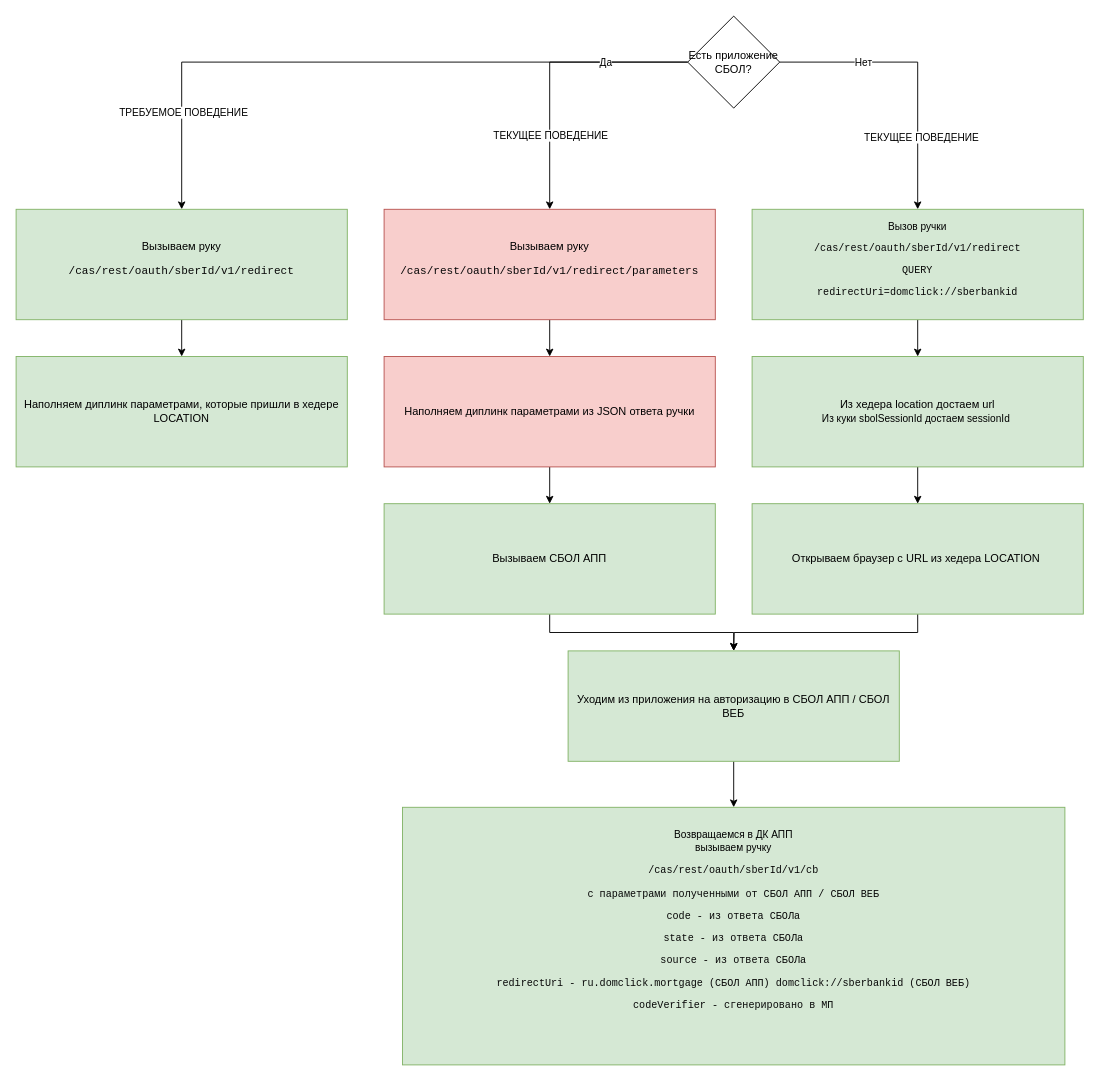
Before: dc_auth_sbol_flows.drawio in Lomovskiy/drawio, a draw.io diagram. Source tidied: cells renumbered, new cells numbered last; positions are measured from the earlier drawing's top-left corner, leaving out a move shared by most shapes. Both pictures are drawn from the tidied source at 92%, with x=0, y=0 at pixel (16, 16).
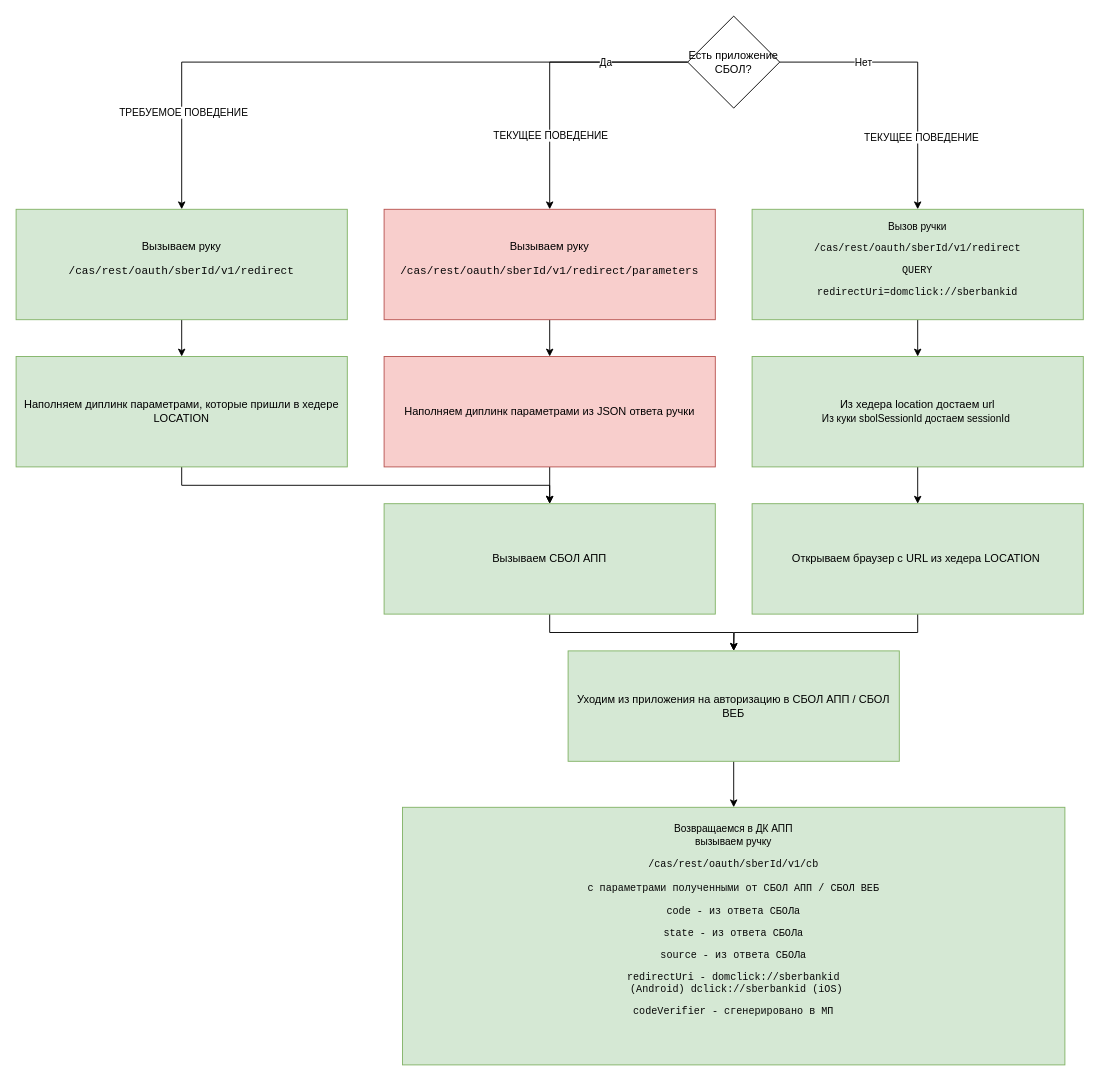
The same diagram, later.

Unchanged cells that the change refers to:
```xml
<mxCell id="22" value="Вызываем СБОЛ АПП" style="rounded=0;whiteSpace=wrap;html=1;fillColor=#d5e8d4;strokeColor=#82b366;" parent="1" vertex="1">
  <mxGeometry x="400" y="530" width="360" height="120" as="geometry" />
</mxCell>
<mxCell id="25" value="Наполняем диплинк параметрами, которые пришли в хедере LOCATION" style="rounded=0;whiteSpace=wrap;html=1;fillColor=#d5e8d4;strokeColor=#82b366;" parent="1" vertex="1">
  <mxGeometry y="370" width="360" height="120" as="geometry" />
</mxCell>
```

Diff of the diagram source:
```diff
@@
+    <mxCell id="29" style="edgeStyle=orthogonalEdgeStyle;rounded=0;jettySize=auto;html=1;exitX=0.5;exitY=1;exitDx=0;exitDy=0;entryX=0.5;entryY=0;entryDx=0;entryDy=0;" parent="1" edge="1" source="25" target="22">
+      <mxGeometry relative="1" as="geometry" />
+    </mxCell>
@@
-    <mxCell id="28" value="&lt;font style=&quot;font-size: 11px;&quot;&gt;Возвращаемся в ДК АПП&lt;br&gt;вызываем ручку&lt;br&gt;&lt;/font&gt;&lt;div style=&quot;color: rgb(8, 8, 8); font-family: Menlo, monospace; font-size: 11px;&quot;&gt;&lt;pre style=&quot;&quot;&gt;&lt;font style=&quot;font-size: 11px;&quot;&gt;/cas/rest/oauth/sberId/v1/cb&lt;br&gt;&lt;br&gt;с параметрами полученными от СБОЛ АПП / СБОЛ ВЕБ&lt;/font&gt;&lt;/pre&gt;&lt;pre style=&quot;&quot;&gt;&lt;font style=&quot;font-size: 11px;&quot;&gt;&lt;div style=&quot;font-family: Menlo, monospace;&quot;&gt;&lt;pre style=&quot;&quot;&gt;&lt;font style=&quot;font-size: 11px;&quot;&gt;code - из ответа СБОЛа&lt;/font&gt;&lt;/pre&gt;&lt;pre style=&quot;&quot;&gt;&lt;font style=&quot;font-size: 11px;&quot;&gt;state - из ответа СБОЛа&lt;/font&gt;&lt;/pre&gt;&lt;pre style=&quot;&quot;&gt;&lt;font style=&quot;font-size: 11px;&quot;&gt;source - из ответа СБОЛа&lt;/font&gt;&lt;/pre&gt;&lt;pre style=&quot;&quot;&gt;&lt;font style=&quot;font-size: 11px;&quot;&gt;redirectUri - ru.domclick.mortgage (СБОЛ АПП) domclick://sberbankid (СБОЛ ВЕБ)&lt;/font&gt;&lt;/pre&gt;&lt;pre style=&quot;&quot;&gt;&lt;div style=&quot;font-family: Menlo, monospace;&quot;&gt;&lt;pre&gt;&lt;font style=&quot;font-size: 11px;&quot;&gt;codeVerifier - сгенерировано в МП&lt;/font&gt;&lt;/pre&gt;&lt;/div&gt;&lt;/pre&gt;&lt;pre style=&quot;&quot;&gt;&lt;div style=&quot;font-family: Menlo, monospace;&quot;&gt;&lt;pre style=&quot;&quot;&gt;&lt;div style=&quot;font-family: Menlo, monospace;&quot;&gt;&lt;pre style=&quot;&quot;&gt;&lt;div style=&quot;font-family: Menlo, monospace;&quot;&gt;&lt;pre&gt;&lt;br&gt;&lt;/pre&gt;&lt;/div&gt;&lt;/pre&gt;&lt;/div&gt;&lt;/pre&gt;&lt;/div&gt;&lt;/pre&gt;&lt;/div&gt;&lt;/font&gt;&lt;/pre&gt;&lt;/div&gt;" style="rounded=0;whiteSpace=wrap;html=1;fillColor=#d5e8d4;strokeColor=#82b366;labelBackgroundColor=none;" parent="1" vertex="1">
+    <mxCell id="28" value="&lt;font style=&quot;font-size: 11px;&quot;&gt;Возвращаемся в ДК АПП&lt;br&gt;вызываем ручку&lt;br&gt;&lt;/font&gt;&lt;div style=&quot;color: rgb(8, 8, 8); font-family: Menlo, monospace; font-size: 11px;&quot;&gt;&lt;pre style=&quot;&quot;&gt;&lt;font style=&quot;font-size: 11px;&quot;&gt;/cas/rest/oauth/sberId/v1/cb&lt;br&gt;&lt;br&gt;с параметрами полученными от СБОЛ АПП / СБОЛ ВЕБ&lt;/font&gt;&lt;/pre&gt;&lt;pre style=&quot;&quot;&gt;&lt;font style=&quot;font-size: 11px;&quot;&gt;&lt;div style=&quot;font-family: Menlo, monospace;&quot;&gt;&lt;pre style=&quot;&quot;&gt;&lt;font style=&quot;font-size: 11px;&quot;&gt;code - из ответа СБОЛа&lt;/font&gt;&lt;/pre&gt;&lt;pre style=&quot;&quot;&gt;&lt;font style=&quot;font-size: 11px;&quot;&gt;state - из ответа СБОЛа&lt;/font&gt;&lt;/pre&gt;&lt;pre style=&quot;&quot;&gt;&lt;font style=&quot;font-size: 11px;&quot;&gt;source - из ответа СБОЛа&lt;/font&gt;&lt;/pre&gt;&lt;pre style=&quot;&quot;&gt;&lt;font style=&quot;font-size: 11px;&quot;&gt;redirectUri - domclick://sberbankid&lt;br&gt;&lt;/font&gt; (Android) dclick://sberbankid (iOS)&lt;/pre&gt;&lt;pre style=&quot;&quot;&gt;&lt;div style=&quot;font-family: Menlo, monospace;&quot;&gt;&lt;pre&gt;&lt;font style=&quot;font-size: 11px;&quot;&gt;codeVerifier - сгенерировано в МП&lt;/font&gt;&lt;/pre&gt;&lt;/div&gt;&lt;/pre&gt;&lt;pre style=&quot;&quot;&gt;&lt;div style=&quot;font-family: Menlo, monospace;&quot;&gt;&lt;pre style=&quot;&quot;&gt;&lt;div style=&quot;font-family: Menlo, monospace;&quot;&gt;&lt;pre style=&quot;&quot;&gt;&lt;div style=&quot;font-family: Menlo, monospace;&quot;&gt;&lt;pre&gt;&lt;br&gt;&lt;/pre&gt;&lt;/div&gt;&lt;/pre&gt;&lt;/div&gt;&lt;/pre&gt;&lt;/div&gt;&lt;/pre&gt;&lt;/div&gt;&lt;/font&gt;&lt;/pre&gt;&lt;/div&gt;" style="rounded=0;whiteSpace=wrap;html=1;fillColor=#d5e8d4;strokeColor=#82b366;labelBackgroundColor=none;" parent="1" vertex="1">
       <mxGeometry x="420" y="860" width="720" height="280" as="geometry" />
     </mxCell>
```
